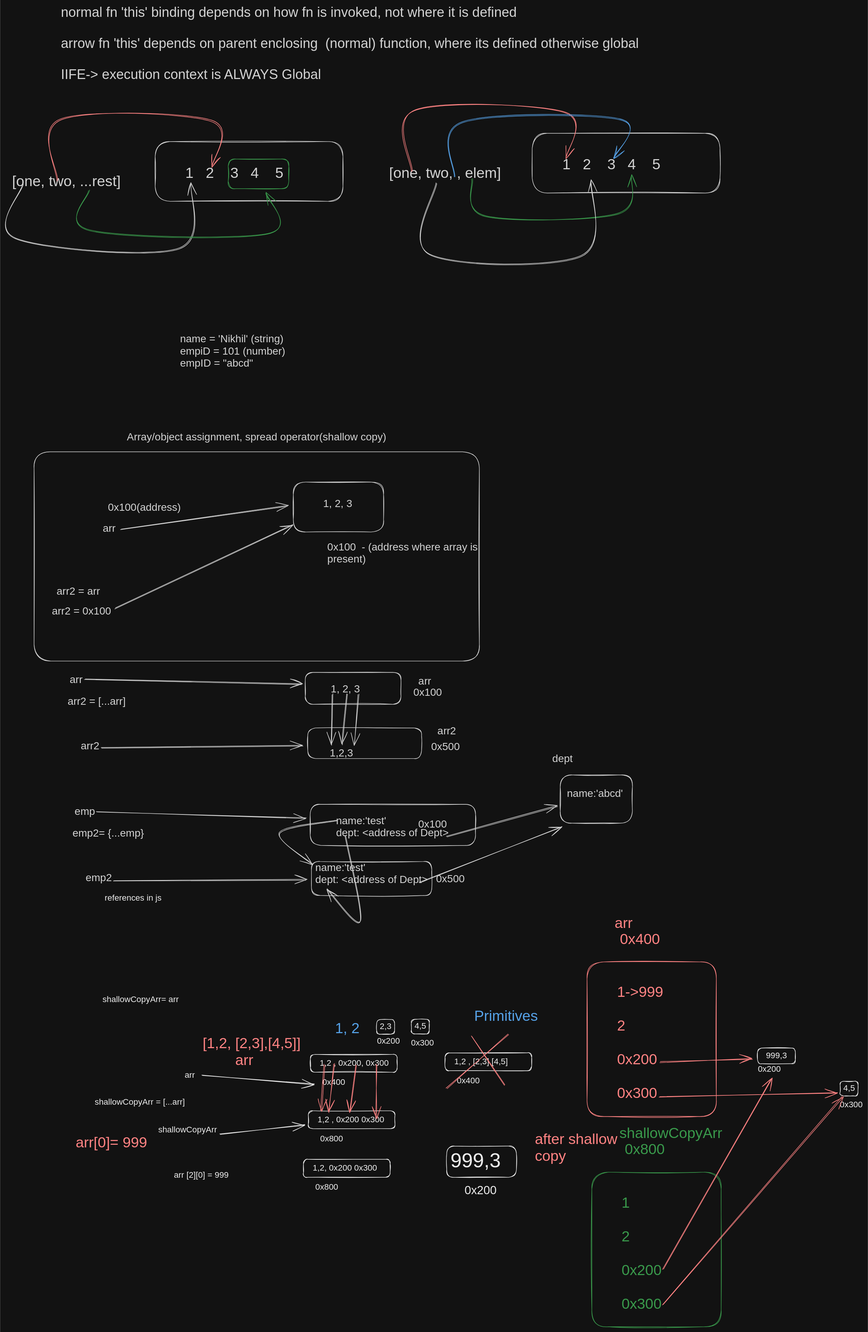
The Excalidraw diagram notes/Day-4 refrences, shallow vs deep copy.svg in nikhilsharma2407/batch-68, before a commit. Source tidied: one line per element, renumbered; positions are measured from the earlier drawing's top-left corner, leaving out a move shared by most shapes.
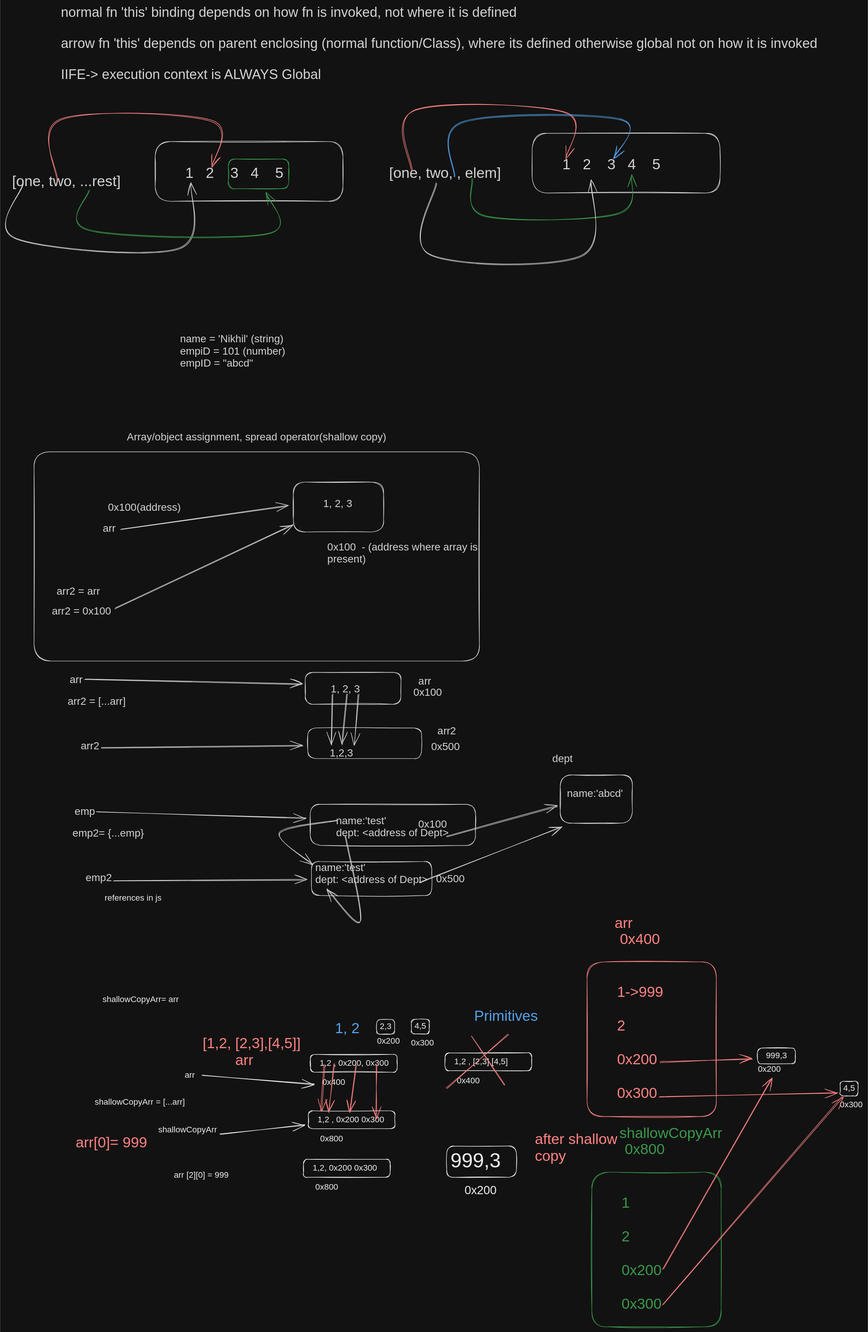
Later version of the same file.

Commit message:
Day-5: this binding in depth, Intro to async js, event loop, promises and SetTimeout

Change to the diagram source:
```diff
@@ -114,6 +114,6 @@
 {"id": 113, "type": "arrow", "strokeColor": "#e03131", "strokeWidth": 1, "roughness": 1, "endArrowhead": "arrow", "round": true, "from": 108, "to": 29, "x": 1240, "y": 2479, "width": 343, "height": 398, "points": [[0, 0], [343, -398]]}
 {"id": 114, "type": "arrow", "strokeColor": "#e03131", "strokeWidth": 1, "roughness": 1, "endArrowhead": "arrow", "round": true, "to": 29, "x": 1234, "y": 2083, "width": 339, "height": 8, "points": [[0, 0], [339, -8]]}
 {"id": 115, "type": "text", "text": "after shallow\ncopy", "strokeColor": "#e03131", "strokeWidth": 1, "roughness": 1, "fontSize": 28, "fontFamily": 2, "x": 997, "y": 2149, "width": 157, "height": 64}
-{"id": 116, "type": "text", "text": "normal fn 'this' binding depends on how fn is invoked, not where it is defined\n\narrow fn 'this' depends on parent enclosing  (normal) function, where its defined otherwise global\n\nIIFE-> execution context is ALWAYS Global ", "strokeColor": "#1e1e1e", "backgroundColor": "#ffffff", "fillStyle": "hachure", "strokeWidth": 1, "roughness": 1, "fontSize": 25.85, "fontFamily": 2, "x": 93, "y": 0, "width": 1102, "height": 149}
+{"id": 116, "type": "text", "text": "normal fn 'this' binding depends on how fn is invoked, not where it is defined\n\narrow fn 'this' depends on parent enclosing (normal function/Class), where its defined otherwise global not on how it is invoked\n\nIIFE-> execution context is ALWAYS Global ", "strokeColor": "#1e1e1e", "backgroundColor": "#ffffff", "fillStyle": "hachure", "strokeWidth": 1, "roughness": 1, "fontSize": 25.85, "fontFamily": 2, "x": 93, "y": 0, "width": 1442, "height": 149}
 {"id": 117, "type": "text", "text": "arr", "strokeColor": "#1e1e1e", "strokeWidth": 1, "roughness": 1, "fontSize": 20, "fontFamily": 6, "x": 774, "y": 1277, "width": 25, "height": 25}
 {"id": 118, "type": "text", "text": "arr2", "strokeColor": "#1e1e1e", "strokeWidth": 1, "roughness": 1, "fontSize": 20, "fontFamily": 6, "x": 811, "y": 1372, "width": 37, "height": 25}
```
